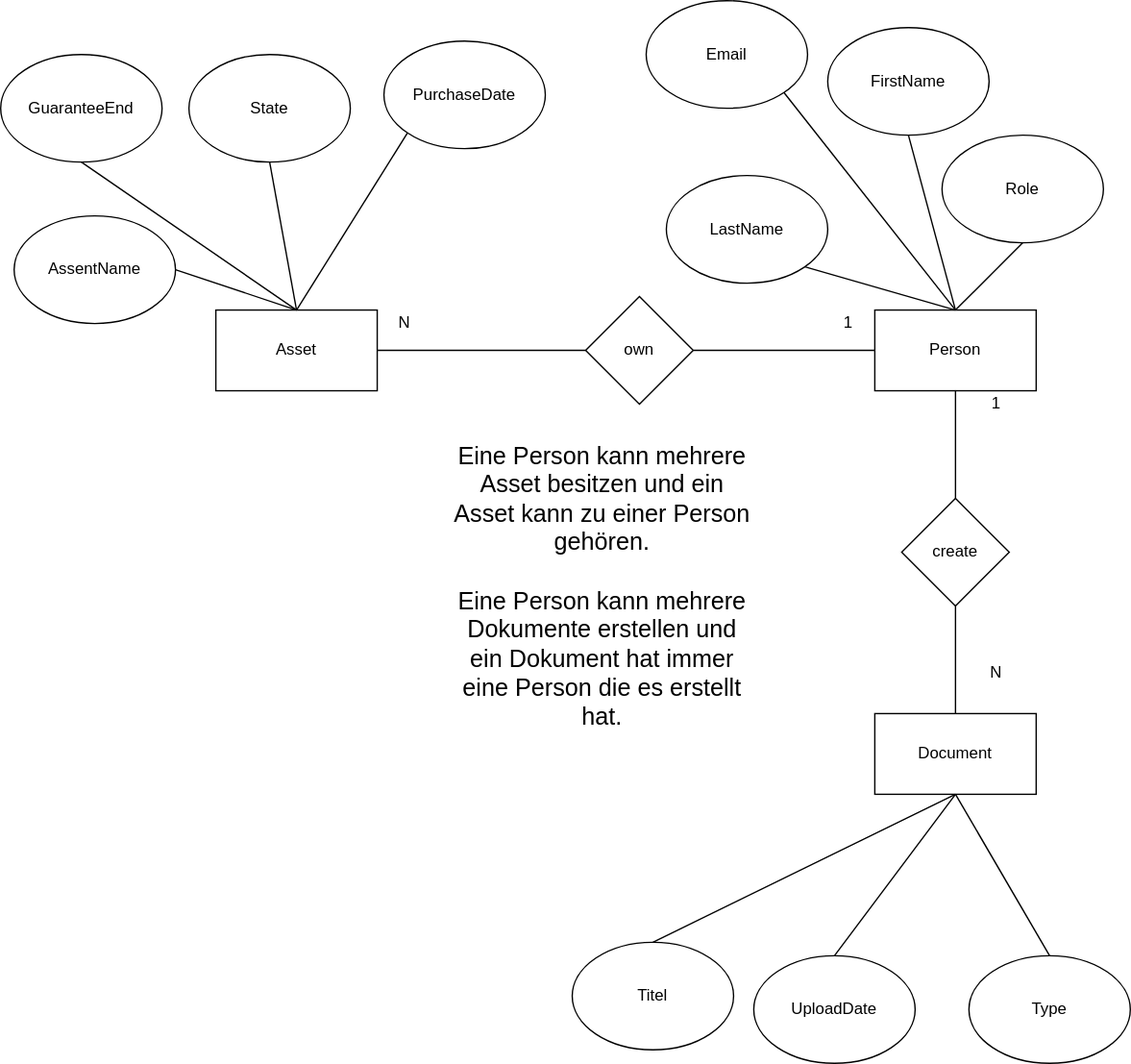
The draw.io diagram doc/figures/MyClientER.drawio.svg in chiraant/myclient, before a commit. Source tidied: cells renumbered, new cells last; positions are measured from the earlier drawing's top-left corner, leaving out a move shared by most shapes.
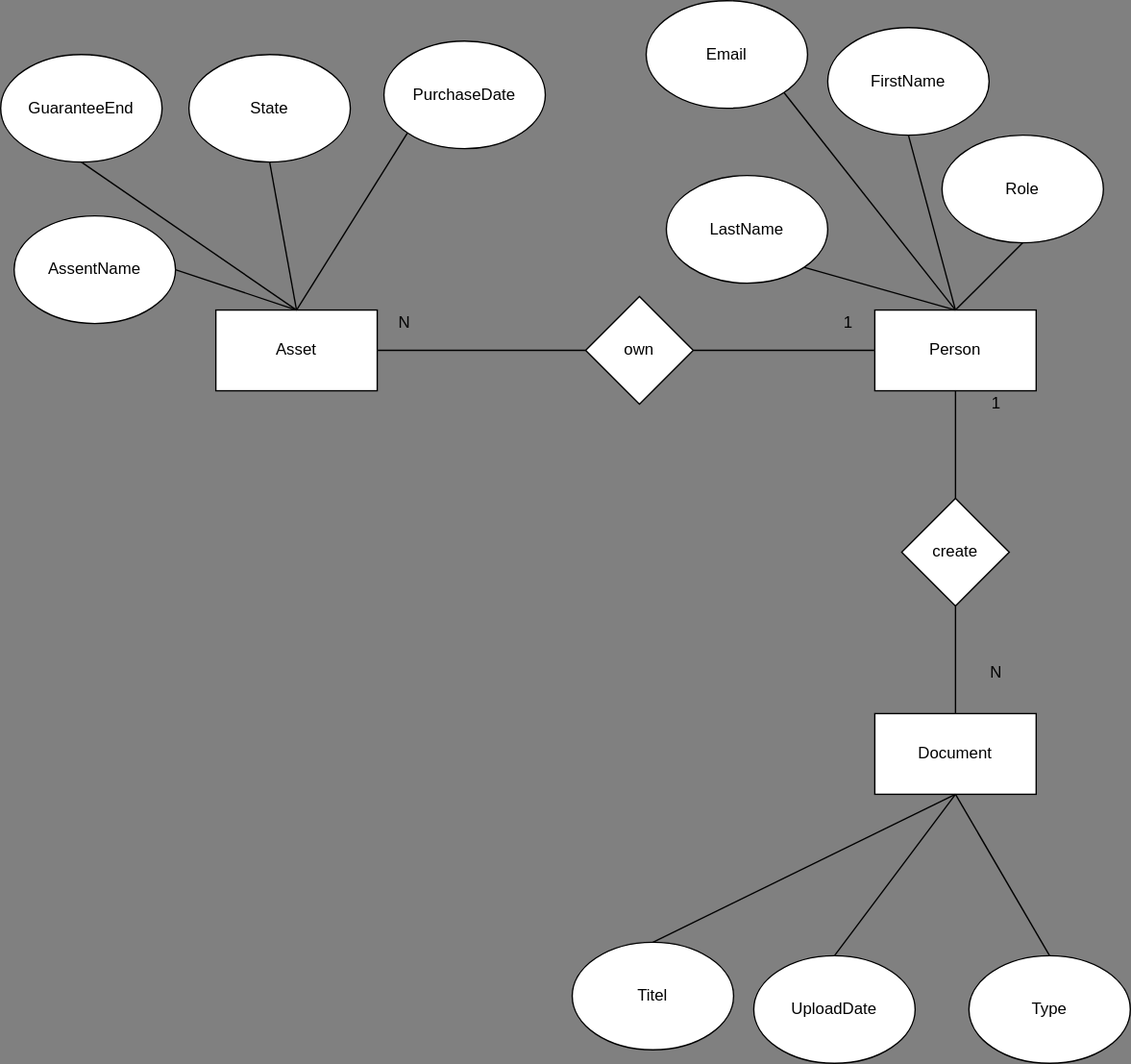
After the commit.

Diff of the diagram source:
```diff
@@ -1,8 +1,8 @@
-<mxGraphModel>
+<mxGraphModel background="#808080">
   <root>
     <mxCell id="0" />
     <mxCell id="1" parent="0" />
-    <mxCell id="2" value="own" style="rhombus;whiteSpace=wrap;html=1;" parent="1" vertex="1">
+    <mxCell id="2" value="own" style="rhombus;whiteSpace=wrap;html=1;rounded=0;" parent="1" vertex="1">
       <mxGeometry x="435" y="220" width="80" height="80" as="geometry" />
     </mxCell>
     <mxCell id="3" value="Asset" style="rounded=0;whiteSpace=wrap;html=1;" parent="1" vertex="1">
@@ -14,103 +14,100 @@
     <mxCell id="5" value="Document" style="rounded=0;whiteSpace=wrap;html=1;" parent="1" vertex="1">
       <mxGeometry x="650" y="530" width="120" height="60" as="geometry" />
     </mxCell>
-    <mxCell id="6" style="endArrow=none;html=1;exitX=1;exitY=0.5;exitDx=0;exitDy=0;entryX=0;entryY=0.5;entryDx=0;entryDy=0;" parent="1" edge="1" source="3" target="2">
+    <mxCell id="6" style="endArrow=none;html=1;exitX=1;exitY=0.5;exitDx=0;exitDy=0;entryX=0;entryY=0.5;entryDx=0;entryDy=0;rounded=0;" parent="1" edge="1" source="3" target="2">
       <mxGeometry relative="1" as="geometry" />
     </mxCell>
-    <mxCell id="7" style="endArrow=none;html=1;exitX=1;exitY=0.5;exitDx=0;exitDy=0;entryX=0;entryY=0.5;entryDx=0;entryDy=0;" parent="1" edge="1" source="2" target="4">
+    <mxCell id="7" style="endArrow=none;html=1;exitX=1;exitY=0.5;exitDx=0;exitDy=0;entryX=0;entryY=0.5;entryDx=0;entryDy=0;rounded=0;" parent="1" edge="1" source="2" target="4">
       <mxGeometry relative="1" as="geometry" />
     </mxCell>
-    <mxCell id="8" value="1" style="text;html=1;align=center;verticalAlign=middle;strokeColor=none;fillColor=none;" parent="1" vertex="1">
+    <mxCell id="8" value="1" style="text;html=1;align=center;verticalAlign=middle;strokeColor=none;fillColor=none;rounded=0;" parent="1" vertex="1">
       <mxGeometry x="615" y="225" width="30" height="30" as="geometry" />
     </mxCell>
-    <mxCell id="9" value="N" style="text;html=1;align=center;verticalAlign=middle;strokeColor=none;fillColor=none;" parent="1" vertex="1">
+    <mxCell id="9" value="N" style="text;html=1;align=center;verticalAlign=middle;strokeColor=none;fillColor=none;rounded=0;" parent="1" vertex="1">
       <mxGeometry x="285" y="225" width="30" height="30" as="geometry" />
     </mxCell>
-    <mxCell id="10" value="create" style="rhombus;whiteSpace=wrap;html=1;" parent="1" vertex="1">
+    <mxCell id="10" value="create" style="rhombus;whiteSpace=wrap;html=1;rounded=0;" parent="1" vertex="1">
       <mxGeometry x="670" y="370" width="80" height="80" as="geometry" />
     </mxCell>
-    <mxCell id="11" style="endArrow=none;html=1;entryX=0.5;entryY=1;entryDx=0;entryDy=0;exitX=0.5;exitY=0;exitDx=0;exitDy=0;" parent="1" edge="1" source="10" target="4">
+    <mxCell id="11" style="endArrow=none;html=1;entryX=0.5;entryY=1;entryDx=0;entryDy=0;exitX=0.5;exitY=0;exitDx=0;exitDy=0;rounded=0;" parent="1" edge="1" source="10" target="4">
       <mxGeometry relative="1" as="geometry" />
     </mxCell>
-    <mxCell id="12" style="endArrow=none;html=1;entryX=0.5;entryY=1;entryDx=0;entryDy=0;exitX=0.5;exitY=0;exitDx=0;exitDy=0;" parent="1" edge="1" source="5" target="10">
+    <mxCell id="12" style="endArrow=none;html=1;entryX=0.5;entryY=1;entryDx=0;entryDy=0;exitX=0.5;exitY=0;exitDx=0;exitDy=0;rounded=0;" parent="1" edge="1" source="5" target="10">
       <mxGeometry relative="1" as="geometry" />
     </mxCell>
-    <mxCell id="13" value="1" style="text;html=1;align=center;verticalAlign=middle;strokeColor=none;fillColor=none;" parent="1" vertex="1">
+    <mxCell id="13" value="1" style="text;html=1;align=center;verticalAlign=middle;strokeColor=none;fillColor=none;rounded=0;" parent="1" vertex="1">
       <mxGeometry x="725" y="285" width="30" height="30" as="geometry" />
     </mxCell>
-    <mxCell id="14" value="N" style="text;html=1;align=center;verticalAlign=middle;strokeColor=none;fillColor=none;" parent="1" vertex="1">
+    <mxCell id="14" value="N" style="text;html=1;align=center;verticalAlign=middle;strokeColor=none;fillColor=none;rounded=0;" parent="1" vertex="1">
       <mxGeometry x="725" y="485" width="30" height="30" as="geometry" />
     </mxCell>
-    <mxCell id="15" value="PurchaseDate" style="ellipse;whiteSpace=wrap;html=1;" parent="1" vertex="1">
+    <mxCell id="15" value="PurchaseDate" style="ellipse;whiteSpace=wrap;html=1;rounded=0;" parent="1" vertex="1">
       <mxGeometry x="285" y="30" width="120" height="80" as="geometry" />
     </mxCell>
-    <mxCell id="16" value="AssentName" style="ellipse;whiteSpace=wrap;html=1;" parent="1" vertex="1">
+    <mxCell id="16" value="AssentName" style="ellipse;whiteSpace=wrap;html=1;rounded=0;" parent="1" vertex="1">
       <mxGeometry x="10" y="160" width="120" height="80" as="geometry" />
     </mxCell>
-    <mxCell id="17" value="GuaranteeEnd" style="ellipse;whiteSpace=wrap;html=1;" parent="1" vertex="1">
+    <mxCell id="17" value="GuaranteeEnd" style="ellipse;whiteSpace=wrap;html=1;rounded=0;" parent="1" vertex="1">
       <mxGeometry y="40" width="120" height="80" as="geometry" />
     </mxCell>
-    <mxCell id="18" value="State" style="ellipse;whiteSpace=wrap;html=1;" parent="1" vertex="1">
+    <mxCell id="18" value="State" style="ellipse;whiteSpace=wrap;html=1;rounded=0;" parent="1" vertex="1">
       <mxGeometry x="140" y="40" width="120" height="80" as="geometry" />
     </mxCell>
-    <mxCell id="19" style="endArrow=none;html=1;entryX=0.5;entryY=1;entryDx=0;entryDy=0;exitX=0.5;exitY=0;exitDx=0;exitDy=0;" parent="1" edge="1" source="3" target="18">
+    <mxCell id="19" style="endArrow=none;html=1;entryX=0.5;entryY=1;entryDx=0;entryDy=0;exitX=0.5;exitY=0;exitDx=0;exitDy=0;rounded=0;" parent="1" edge="1" source="3" target="18">
       <mxGeometry relative="1" as="geometry" />
     </mxCell>
-    <mxCell id="20" style="endArrow=none;html=1;entryX=0;entryY=1;entryDx=0;entryDy=0;" parent="1" edge="1" target="15">
+    <mxCell id="20" style="endArrow=none;html=1;entryX=0;entryY=1;entryDx=0;entryDy=0;rounded=0;" parent="1" edge="1" target="15">
       <mxGeometry relative="1" as="geometry">
         <mxPoint x="220" y="230" as="sourcePoint" />
       </mxGeometry>
     </mxCell>
-    <mxCell id="21" style="endArrow=none;html=1;entryX=0.5;entryY=1;entryDx=0;entryDy=0;exitX=0.5;exitY=0;exitDx=0;exitDy=0;" parent="1" edge="1" source="3" target="17">
+    <mxCell id="21" style="endArrow=none;html=1;entryX=0.5;entryY=1;entryDx=0;entryDy=0;exitX=0.5;exitY=0;exitDx=0;exitDy=0;rounded=0;" parent="1" edge="1" source="3" target="17">
       <mxGeometry relative="1" as="geometry" />
     </mxCell>
-    <mxCell id="22" style="endArrow=none;html=1;entryX=1;entryY=0.5;entryDx=0;entryDy=0;exitX=0.5;exitY=0;exitDx=0;exitDy=0;" parent="1" edge="1" source="3" target="16">
+    <mxCell id="22" style="endArrow=none;html=1;entryX=1;entryY=0.5;entryDx=0;entryDy=0;exitX=0.5;exitY=0;exitDx=0;exitDy=0;rounded=0;" parent="1" edge="1" source="3" target="16">
       <mxGeometry relative="1" as="geometry" />
     </mxCell>
-    <mxCell id="23" value="FirstName" style="ellipse;whiteSpace=wrap;html=1;" parent="1" vertex="1">
+    <mxCell id="23" value="FirstName" style="ellipse;whiteSpace=wrap;html=1;rounded=0;" parent="1" vertex="1">
       <mxGeometry x="615" y="20" width="120" height="80" as="geometry" />
     </mxCell>
-    <mxCell id="24" value="LastName" style="ellipse;whiteSpace=wrap;html=1;" parent="1" vertex="1">
+    <mxCell id="24" value="LastName" style="ellipse;whiteSpace=wrap;html=1;rounded=0;" parent="1" vertex="1">
       <mxGeometry x="495" y="130" width="120" height="80" as="geometry" />
     </mxCell>
-    <mxCell id="25" style="endArrow=none;html=1;entryX=0.5;entryY=1;entryDx=0;entryDy=0;exitX=0.5;exitY=0;exitDx=0;exitDy=0;" parent="1" edge="1" source="4" target="23">
+    <mxCell id="25" style="endArrow=none;html=1;entryX=0.5;entryY=1;entryDx=0;entryDy=0;exitX=0.5;exitY=0;exitDx=0;exitDy=0;rounded=0;" parent="1" edge="1" source="4" target="23">
       <mxGeometry relative="1" as="geometry" />
     </mxCell>
-    <mxCell id="26" style="endArrow=none;html=1;entryX=1;entryY=1;entryDx=0;entryDy=0;exitX=0.5;exitY=0;exitDx=0;exitDy=0;" parent="1" edge="1" source="4" target="24">
+    <mxCell id="26" style="endArrow=none;html=1;entryX=1;entryY=1;entryDx=0;entryDy=0;exitX=0.5;exitY=0;exitDx=0;exitDy=0;rounded=0;" parent="1" edge="1" source="4" target="24">
       <mxGeometry relative="1" as="geometry" />
     </mxCell>
-    <mxCell id="27" value="Role" style="ellipse;whiteSpace=wrap;html=1;" parent="1" vertex="1">
+    <mxCell id="27" value="Role" style="ellipse;whiteSpace=wrap;html=1;rounded=0;" parent="1" vertex="1">
       <mxGeometry x="700" y="100" width="120" height="80" as="geometry" />
     </mxCell>
-    <mxCell id="28" style="endArrow=none;html=1;entryX=0.5;entryY=1;entryDx=0;entryDy=0;exitX=0.5;exitY=0;exitDx=0;exitDy=0;" parent="1" edge="1" source="4" target="27">
+    <mxCell id="28" style="endArrow=none;html=1;entryX=0.5;entryY=1;entryDx=0;entryDy=0;exitX=0.5;exitY=0;exitDx=0;exitDy=0;rounded=0;" parent="1" edge="1" source="4" target="27">
       <mxGeometry relative="1" as="geometry" />
     </mxCell>
-    <mxCell id="29" value="Titel" style="ellipse;whiteSpace=wrap;html=1;" parent="1" vertex="1">
+    <mxCell id="29" value="Titel" style="ellipse;whiteSpace=wrap;html=1;rounded=0;" parent="1" vertex="1">
       <mxGeometry x="425" y="700" width="120" height="80" as="geometry" />
     </mxCell>
-    <mxCell id="30" value="Type" style="ellipse;whiteSpace=wrap;html=1;" parent="1" vertex="1">
+    <mxCell id="30" value="Type" style="ellipse;whiteSpace=wrap;html=1;rounded=0;" parent="1" vertex="1">
       <mxGeometry x="720" y="710" width="120" height="80" as="geometry" />
     </mxCell>
-    <mxCell id="31" value="UploadDate" style="ellipse;whiteSpace=wrap;html=1;" parent="1" vertex="1">
+    <mxCell id="31" value="UploadDate" style="ellipse;whiteSpace=wrap;html=1;rounded=0;" parent="1" vertex="1">
       <mxGeometry x="560" y="710" width="120" height="80" as="geometry" />
     </mxCell>
-    <mxCell id="32" style="endArrow=none;html=1;exitX=0.5;exitY=0;exitDx=0;exitDy=0;entryX=0.5;entryY=1;entryDx=0;entryDy=0;" parent="1" edge="1" source="29" target="5">
+    <mxCell id="32" style="endArrow=none;html=1;exitX=0.5;exitY=0;exitDx=0;exitDy=0;entryX=0.5;entryY=1;entryDx=0;entryDy=0;rounded=0;" parent="1" edge="1" source="29" target="5">
       <mxGeometry relative="1" as="geometry" />
     </mxCell>
-    <mxCell id="33" style="endArrow=none;html=1;entryX=0.5;entryY=1;entryDx=0;entryDy=0;exitX=0.5;exitY=0;exitDx=0;exitDy=0;" parent="1" edge="1" source="31" target="5">
+    <mxCell id="33" style="endArrow=none;html=1;entryX=0.5;entryY=1;entryDx=0;entryDy=0;exitX=0.5;exitY=0;exitDx=0;exitDy=0;rounded=0;" parent="1" edge="1" source="31" target="5">
       <mxGeometry relative="1" as="geometry" />
     </mxCell>
-    <mxCell id="34" style="endArrow=none;html=1;entryX=0.5;entryY=1;entryDx=0;entryDy=0;exitX=0.5;exitY=0;exitDx=0;exitDy=0;" parent="1" edge="1" source="30" target="5">
+    <mxCell id="34" style="endArrow=none;html=1;entryX=0.5;entryY=1;entryDx=0;entryDy=0;exitX=0.5;exitY=0;exitDx=0;exitDy=0;rounded=0;" parent="1" edge="1" source="30" target="5">
       <mxGeometry relative="1" as="geometry" />
     </mxCell>
-    <mxCell id="35" value="Email" style="ellipse;whiteSpace=wrap;html=1;" parent="1" vertex="1">
+    <mxCell id="35" value="Email" style="ellipse;whiteSpace=wrap;html=1;rounded=0;" parent="1" vertex="1">
       <mxGeometry x="480" width="120" height="80" as="geometry" />
     </mxCell>
-    <mxCell id="36" style="endArrow=none;html=1;entryX=1;entryY=1;entryDx=0;entryDy=0;exitX=0.5;exitY=0;exitDx=0;exitDy=0;" parent="1" edge="1" source="4" target="35">
+    <mxCell id="36" style="endArrow=none;html=1;entryX=1;entryY=1;entryDx=0;entryDy=0;exitX=0.5;exitY=0;exitDx=0;exitDy=0;rounded=0;" parent="1" edge="1" source="4" target="35">
       <mxGeometry relative="1" as="geometry" />
     </mxCell>
-    <mxCell id="37" value="&lt;font style=&quot;font-size: 18px;&quot;&gt;Eine Person kann mehrere Asset besitzen und ein Asset kann zu einer Person gehören.&lt;br&gt;&lt;br&gt;Eine Person kann mehrere Dokumente erstellen und ein Dokument hat immer eine Person die es erstellt hat.&lt;/font&gt;" style="text;html=1;strokeColor=none;fillColor=none;align=center;verticalAlign=middle;whiteSpace=wrap;rounded=0;" parent="1" vertex="1">
-      <mxGeometry x="335" y="356" width="225" height="159" as="geometry" />
-    </mxCell>
   </root>
 </mxGraphModel>
```
